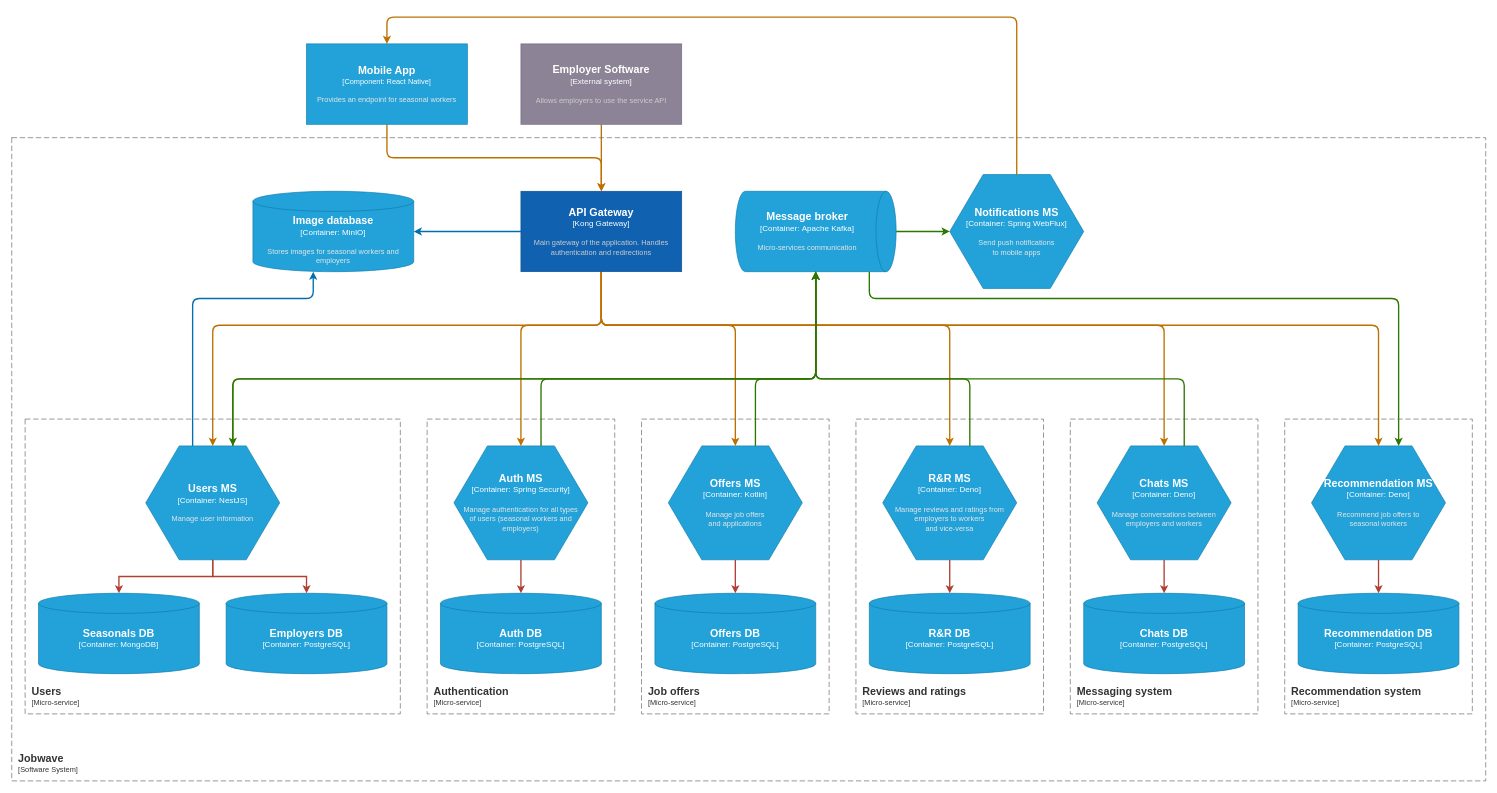
Earlier version of the draw.io diagram docs/architecture-diagram.drawio (BioTheWolff/Jobwave). Source tidied: cells renumbered, new cells numbered last; positions are measured from the earlier drawing's top-left corner, leaving out a move shared by most shapes. Both pictures are drawn from the tidied source at 67%, with x=0, y=0 at pixel (11, 17).
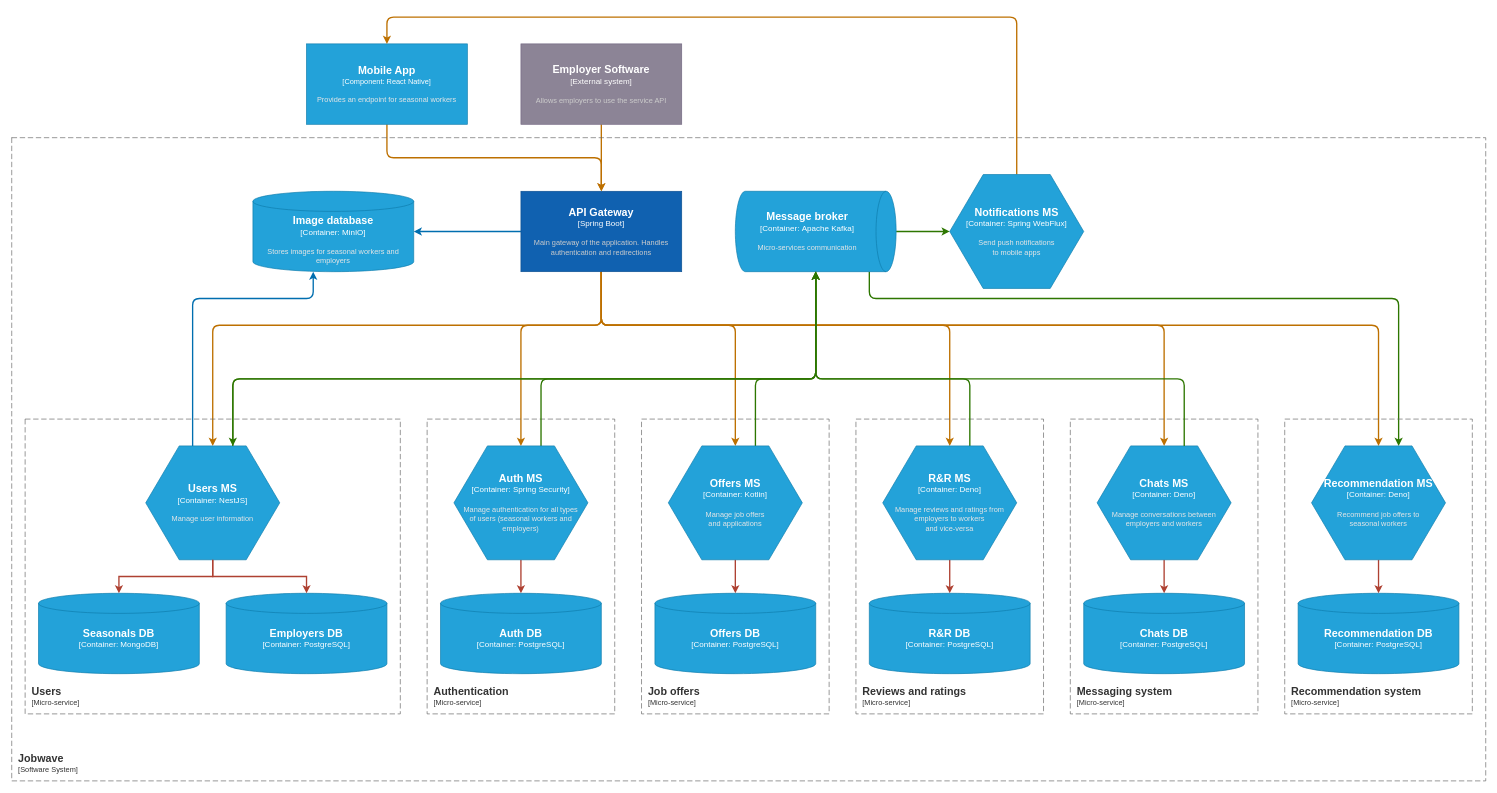
Above is the later version.

Commit message (it also covers changes not shown here):
fix: change Kong Gateway to Sprint Boot feat: add diagram svg

Diff of the diagram source:
```diff
@@
-    <object id="18" label="&lt;font style=&quot;font-size: 16px&quot;&gt;&lt;b&gt;%c4Name%&lt;/b&gt;&lt;/font&gt;&lt;div&gt;[%c4Type%]&lt;/div&gt;&lt;br&gt;&lt;div&gt;&lt;font style=&quot;font-size: 11px&quot;&gt;&lt;font color=&quot;#cccccc&quot;&gt;%c4Description%&lt;/font&gt;&lt;/div&gt;" c4Description="Main gateway of the application. Handles authentication and redirections" c4Name="API Gateway" c4Type="Kong Gateway" placeholders="1">
+    <object id="18" label="&lt;font style=&quot;font-size: 16px&quot;&gt;&lt;b&gt;%c4Name%&lt;/b&gt;&lt;/font&gt;&lt;div&gt;[%c4Type%]&lt;/div&gt;&lt;br&gt;&lt;div&gt;&lt;font style=&quot;font-size: 11px&quot;&gt;&lt;font color=&quot;#cccccc&quot;&gt;%c4Description%&lt;/font&gt;&lt;/div&gt;" c4Description="Main gateway of the application. Handles authentication and redirections" c4Name="API Gateway" c4Type="Spring Boot" placeholders="1">
       <mxCell style="rounded=0;whiteSpace=wrap;html=1;labelBackgroundColor=none;fillColor=#1061B0;fontColor=#ffffff;align=center;arcSize=10;strokeColor=#0D5091;points=[[0.25,0,0],[0.5,0,0],[0.75,0,0],[1,0.25,0],[1,0.5,0],[1,0.75,0],[0.75,1,0],[0.5,1,0],[0.25,1,0],[0,0.75,0],[0,0.5,0],[0,0.25,0]];" parent="1" vertex="1">
         <mxGeometry x="760" y="260" width="240" height="120" as="geometry" />
       </mxCell>
     </object>
```
